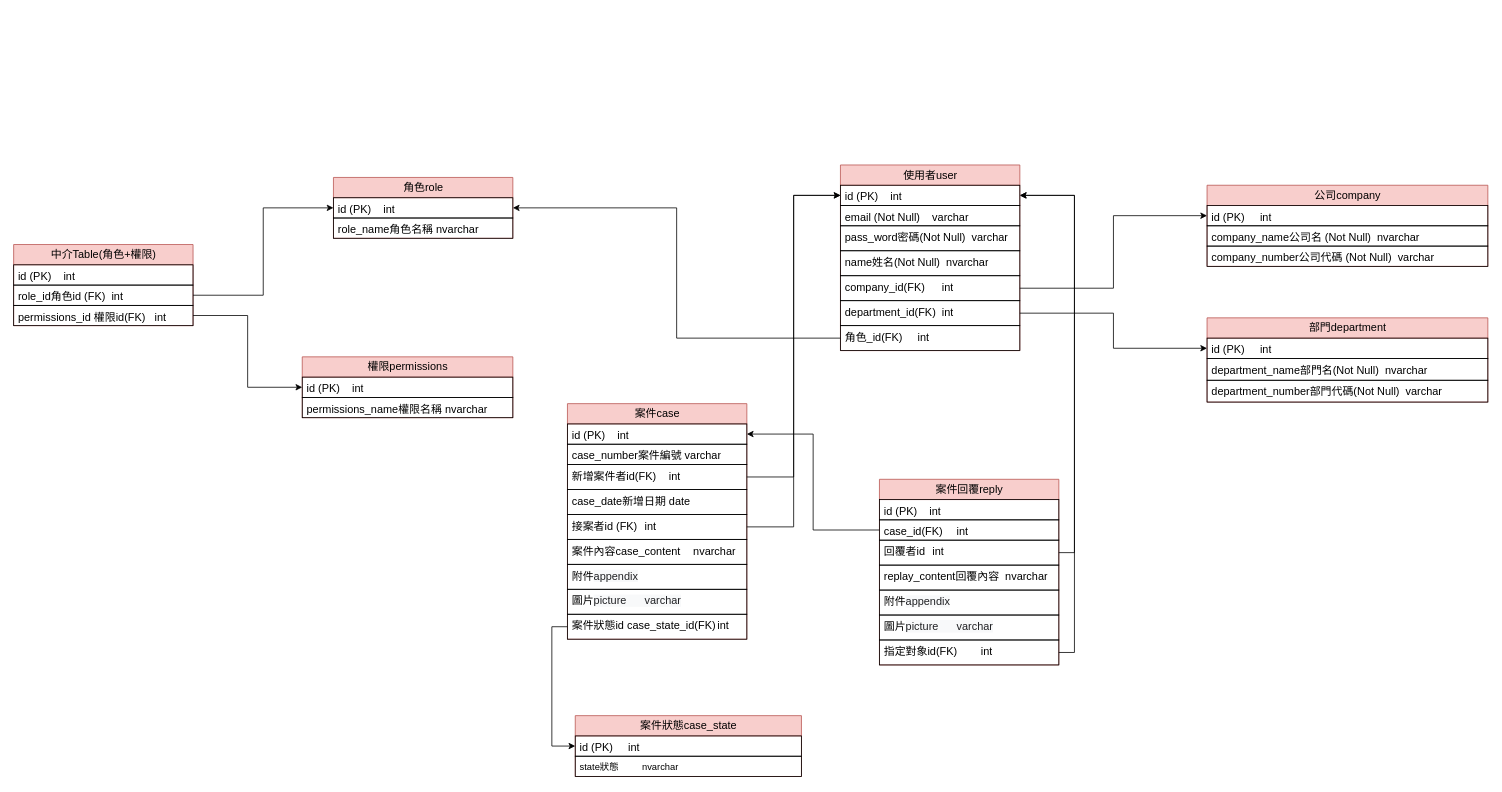
Before: DB設計圖.drawio in ViviChou1017/HTMLCSSProject, a draw.io diagram. Source tidied: cells renumbered, new cells numbered last; positions are measured from the earlier drawing's top-left corner, leaving out a move shared by most shapes. Both pictures are drawn from the tidied source at 78%, with x=0, y=0 at pixel (13, 165).
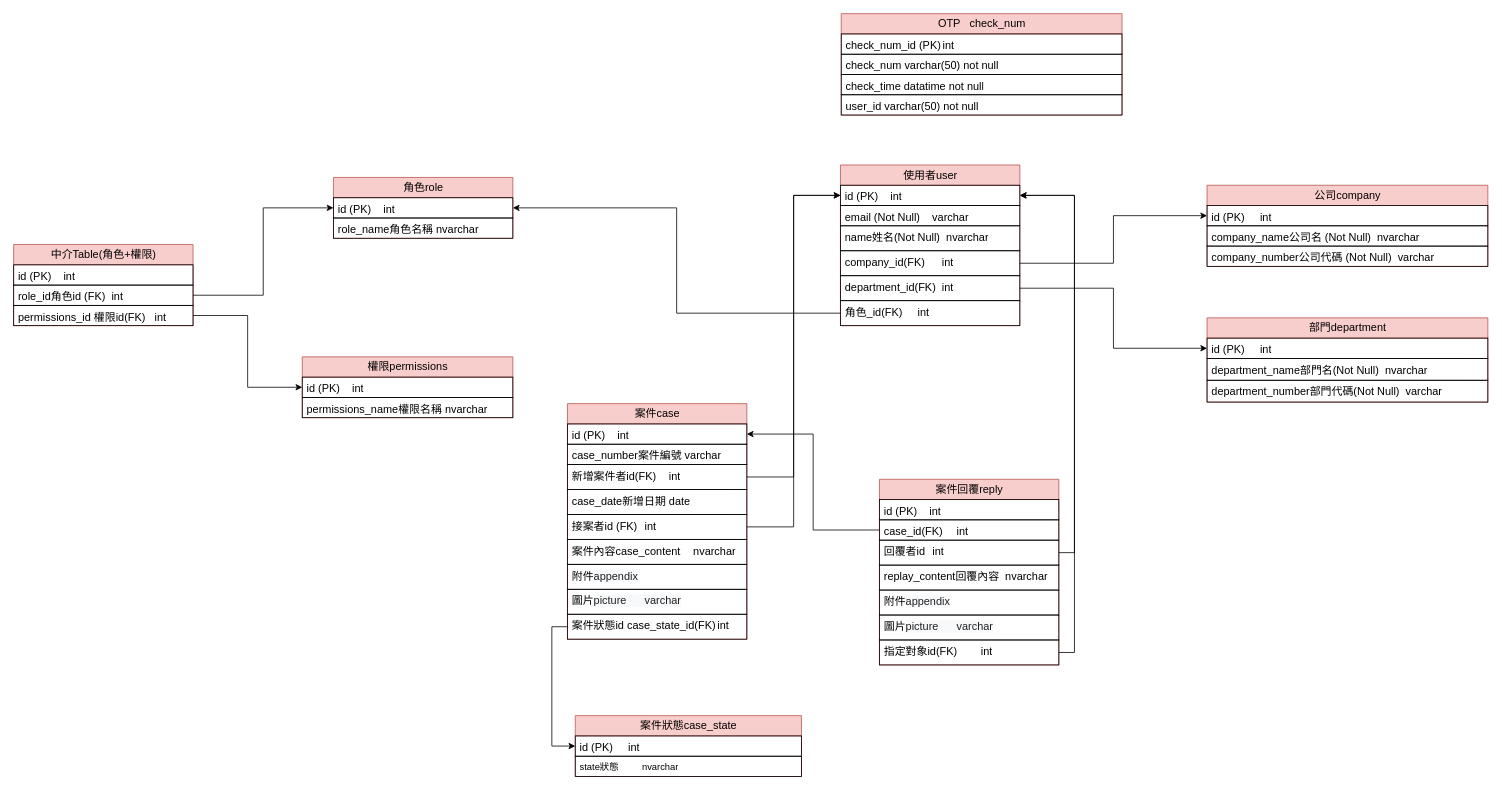
Above is the later version.

Commit message:
更新DB設計圖.drawio

What changed in the source:
```diff
@@
     <mxCell id="2" value="&lt;font style=&quot;font-size: 14px;&quot;&gt;使用者user&lt;/font&gt;" style="swimlane;fontStyle=0;horizontal=1;startSize=26;fillColor=#f8cecc;html=1;strokeColor=#b85450;" parent="1" vertex="1">
-      <mxGeometry x="1060" width="230" height="238" as="geometry" />
+      <mxGeometry x="1060" width="230" height="206" as="geometry" />
     </mxCell>
@@
-    <mxCell id="5" value="&lt;span style=&quot;font-size: 14px;&quot;&gt;pass_word密碼(Not Null)&amp;nbsp;&amp;nbsp;&lt;/span&gt;&lt;span style=&quot;font-size: 14px;&quot;&gt;varchar&lt;/span&gt;" style="text;strokeColor=default;fillColor=none;align=left;verticalAlign=top;spacingLeft=4;spacingRight=4;overflow=hidden;whiteSpace=wrap;html=1;" parent="2" vertex="1">
-      <mxGeometry y="78" width="230" height="32" as="geometry" />
-    </mxCell>
     <mxCell id="6" value="&lt;span style=&quot;font-size: 14px;&quot;&gt;name姓名(Not Null)&amp;nbsp; nvarchar&lt;/span&gt;" style="text;strokeColor=default;fillColor=none;align=left;verticalAlign=top;spacingLeft=4;spacingRight=4;overflow=hidden;whiteSpace=wrap;html=1;" parent="2" vertex="1">
-      <mxGeometry y="110" width="230" height="32" as="geometry" />
+      <mxGeometry y="78" width="230" height="32" as="geometry" />
     </mxCell>
     <mxCell id="7" value="&lt;span style=&quot;font-size: 14px;&quot;&gt;company_id(FK)&lt;span style=&quot;white-space: pre;&quot;&gt;&#9;&lt;/span&gt;int&lt;/span&gt;" style="text;strokeColor=default;fillColor=none;align=left;verticalAlign=top;spacingLeft=4;spacingRight=4;overflow=hidden;points=[[0,0.5],[1,0.5]];portConstraint=eastwest;whiteSpace=wrap;html=1;" parent="2" vertex="1">
-      <mxGeometry y="142" width="230" height="32" as="geometry" />
+      <mxGeometry y="110" width="230" height="32" as="geometry" />
     </mxCell>
     <mxCell id="8" value="&lt;span style=&quot;font-size: 14px;&quot;&gt;department_id(FK)&lt;span style=&quot;white-space: pre;&quot;&gt;&#9;&lt;/span&gt;int&lt;/span&gt;" style="text;strokeColor=default;fillColor=none;align=left;verticalAlign=top;spacingLeft=4;spacingRight=4;overflow=hidden;points=[[0,0.5],[1,0.5]];portConstraint=eastwest;whiteSpace=wrap;html=1;" parent="2" vertex="1">
-      <mxGeometry y="174" width="230" height="32" as="geometry" />
+      <mxGeometry y="142" width="230" height="32" as="geometry" />
     </mxCell>
     <mxCell id="9" value="&lt;span style=&quot;font-size: 14px;&quot;&gt;角色_id(FK)&lt;span style=&quot;white-space: pre;&quot;&gt;&#9;&lt;/span&gt;int&lt;/span&gt;" style="text;strokeColor=default;fillColor=none;align=left;verticalAlign=top;spacingLeft=4;spacingRight=4;overflow=hidden;points=[[0,0.5],[1,0.5]];portConstraint=eastwest;whiteSpace=wrap;html=1;" parent="2" vertex="1">
-      <mxGeometry y="206" width="230" height="32" as="geometry" />
+      <mxGeometry y="174" width="230" height="32" as="geometry" />
     </mxCell>
@@
+    <mxCell id="60" value="&lt;span style=&quot;font-size: 14px;&quot;&gt;OTP&amp;nbsp; &amp;nbsp;check_num&lt;/span&gt;" style="swimlane;fontStyle=0;horizontal=1;startSize=26;fillColor=#f8cecc;html=1;strokeColor=#b85450;" parent="1" vertex="1">
+      <mxGeometry x="1061" y="-194" width="360" height="130" as="geometry" />
+    </mxCell>
+    <mxCell id="61" value="&lt;font style=&quot;font-size: 14px;&quot;&gt;check_num_id (PK)&lt;span style=&quot;white-space: pre;&quot;&gt;&#9;&lt;/span&gt;int&lt;/font&gt;" style="text;strokeColor=default;fillColor=none;align=left;verticalAlign=top;spacingLeft=4;spacingRight=4;overflow=hidden;whiteSpace=wrap;html=1;" parent="60" vertex="1">
+      <mxGeometry y="26" width="360" height="26" as="geometry" />
+    </mxCell>
+    <mxCell id="62" value="&lt;span style=&quot;font-size: 14px;&quot;&gt;check_num varchar(50) not null&lt;/span&gt;" style="text;strokeColor=default;fillColor=none;align=left;verticalAlign=top;spacingLeft=4;spacingRight=4;overflow=hidden;whiteSpace=wrap;html=1;" parent="60" vertex="1">
+      <mxGeometry y="52" width="360" height="26" as="geometry" />
+    </mxCell>
+    <mxCell id="63" value="&lt;span style=&quot;font-size: 14px;&quot;&gt;check_time datatime not null&lt;/span&gt;" style="text;strokeColor=default;fillColor=none;align=left;verticalAlign=top;spacingLeft=4;spacingRight=4;overflow=hidden;whiteSpace=wrap;html=1;" parent="60" vertex="1">
+      <mxGeometry y="78" width="360" height="26" as="geometry" />
+    </mxCell>
+    <mxCell id="64" value="&lt;span style=&quot;font-size: 14px;&quot;&gt;user_id varchar(50&lt;/span&gt;&lt;span style=&quot;font-size: 14px; background-color: initial;&quot;&gt;) not null&lt;/span&gt;" style="text;strokeColor=default;fillColor=none;align=left;verticalAlign=top;spacingLeft=4;spacingRight=4;overflow=hidden;whiteSpace=wrap;html=1;" parent="60" vertex="1">
+      <mxGeometry y="104" width="360" height="26" as="geometry" />
+    </mxCell>
```
